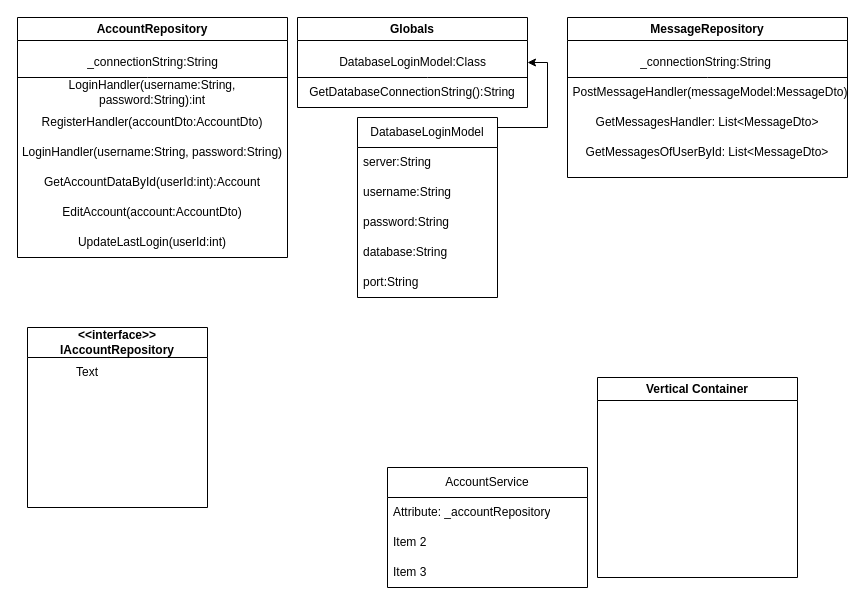
The draw.io diagram Documentation/classdiagram.drawio in Quicksoapy/BirdClone, before the edit. Source tidied: cells renumbered, new cells numbered last; positions are measured from the earlier drawing's top-left corner, leaving out a move shared by most shapes. Both pictures are drawn from the tidied source at 100%, with x=0, y=0 at pixel (17, 17).
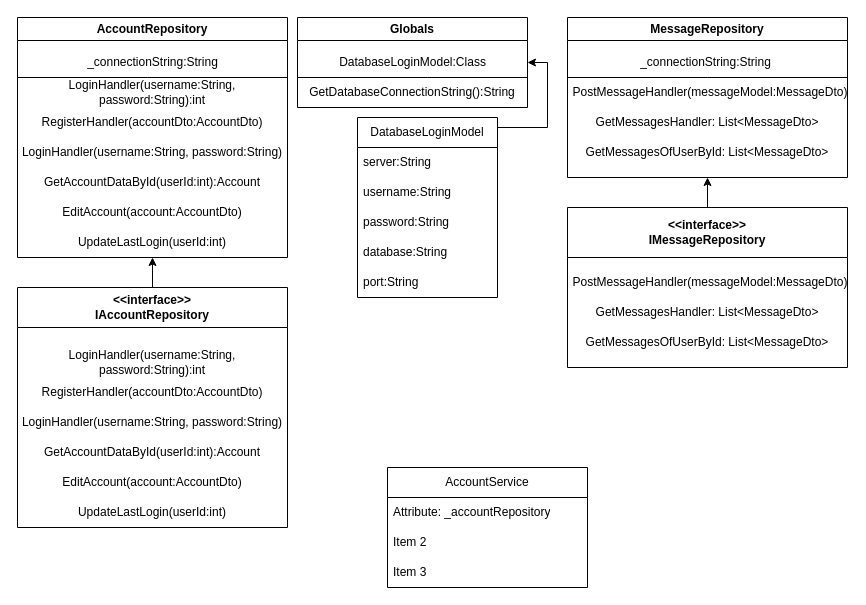
The same page after the edit.

Unchanged cells that the change refers to:
```xml
<mxCell id="2" value="AccountRepository" style="swimlane;whiteSpace=wrap;html=1;" parent="1" vertex="1">
  <mxGeometry width="270" height="240" as="geometry" />
</mxCell>
<mxCell id="11" value="MessageRepository" style="swimlane;whiteSpace=wrap;html=1;" parent="1" vertex="1">
  <mxGeometry x="550" width="280" height="160" as="geometry" />
</mxCell>
```

Diff of the diagram source:
```diff
@@
-    <mxCell id="21" value="Vertical Container" style="swimlane;whiteSpace=wrap;html=1;" parent="1" vertex="1">
-      <mxGeometry x="580" y="360" width="200" height="200" as="geometry" />
-    </mxCell>
-    <mxCell id="22" value="&lt;div&gt;&amp;lt;&amp;lt;interface&amp;gt;&amp;gt;&lt;/div&gt;&lt;div&gt;IAccountRepository&lt;br&gt;&lt;/div&gt;" style="swimlane;whiteSpace=wrap;html=1;startSize=30;" parent="1" vertex="1">
-      <mxGeometry x="10" y="310" width="180" height="180" as="geometry" />
-    </mxCell>
-    <mxCell id="23" value="Text" style="text;html=1;strokeColor=none;fillColor=none;align=center;verticalAlign=middle;whiteSpace=wrap;rounded=0;" parent="22" vertex="1">
-      <mxGeometry y="30" width="120" height="30" as="geometry" />
-    </mxCell>
@@
+    <mxCell id="35" style="edgeStyle=orthogonalEdgeStyle;rounded=0;jettySize=auto;html=1;entryX=0.5;entryY=1;entryDx=0;entryDy=0;" parent="1" edge="1" source="22" target="2">
+      <mxGeometry relative="1" as="geometry" />
+    </mxCell>
+    <mxCell id="22" value="&lt;div&gt;&amp;lt;&amp;lt;interface&amp;gt;&amp;gt;&lt;br&gt;&lt;/div&gt;&lt;div&gt;IAccountRepository&lt;/div&gt;" style="swimlane;whiteSpace=wrap;html=1;startSize=40;" parent="1" vertex="1">
+      <mxGeometry y="270" width="270" height="240" as="geometry" />
+    </mxCell>
+    <mxCell id="36" value="LoginHandler(username:String, password:String):int" style="text;html=1;strokeColor=none;fillColor=none;align=center;verticalAlign=middle;whiteSpace=wrap;rounded=0;" parent="22" vertex="1">
+      <mxGeometry y="60" width="270" height="30" as="geometry" />
+    </mxCell>
+    <mxCell id="37" value="RegisterHandler(accountDto:AccountDto)" style="text;html=1;strokeColor=none;fillColor=none;align=center;verticalAlign=middle;whiteSpace=wrap;rounded=0;" parent="22" vertex="1">
+      <mxGeometry y="90" width="270" height="30" as="geometry" />
+    </mxCell>
+    <mxCell id="38" value="LoginHandler(username:String, password:String)" style="text;html=1;strokeColor=none;fillColor=none;align=center;verticalAlign=middle;whiteSpace=wrap;rounded=0;" parent="22" vertex="1">
+      <mxGeometry y="120" width="270" height="30" as="geometry" />
+    </mxCell>
+    <mxCell id="39" value="GetAccountDataById(userId:int):Account" style="text;html=1;strokeColor=none;fillColor=none;align=center;verticalAlign=middle;whiteSpace=wrap;rounded=0;" parent="22" vertex="1">
+      <mxGeometry y="150" width="270" height="30" as="geometry" />
+    </mxCell>
+    <mxCell id="40" value="EditAccount(account:AccountDto)" style="text;html=1;strokeColor=none;fillColor=none;align=center;verticalAlign=middle;whiteSpace=wrap;rounded=0;" parent="22" vertex="1">
+      <mxGeometry y="180" width="270" height="30" as="geometry" />
+    </mxCell>
+    <mxCell id="41" value="UpdateLastLogin(userId:int)" style="text;html=1;strokeColor=none;fillColor=none;align=center;verticalAlign=middle;whiteSpace=wrap;rounded=0;" parent="22" vertex="1">
+      <mxGeometry y="210" width="270" height="30" as="geometry" />
+    </mxCell>
+    <mxCell id="42" style="edgeStyle=orthogonalEdgeStyle;rounded=0;jettySize=auto;html=1;entryX=0.5;entryY=1;entryDx=0;entryDy=0;" parent="1" edge="1" source="43" target="11">
+      <mxGeometry relative="1" as="geometry" />
+    </mxCell>
+    <mxCell id="43" value="&amp;lt;&amp;lt;interface&amp;gt;&amp;gt;&lt;br&gt;IMessageRepository" style="swimlane;whiteSpace=wrap;html=1;startSize=50;" parent="1" vertex="1">
+      <mxGeometry x="550" y="190" width="280" height="160" as="geometry" />
+    </mxCell>
+    <mxCell id="44" value="PostMessageHandler(messageModel:MessageDto)" style="text;html=1;strokeColor=none;fillColor=none;align=center;verticalAlign=middle;whiteSpace=wrap;rounded=0;" parent="43" vertex="1">
+      <mxGeometry x="52.5" y="60" width="180" height="30" as="geometry" />
+    </mxCell>
+    <mxCell id="45" value="GetMessagesHandler: List&amp;lt;MessageDto&amp;gt;" style="text;html=1;strokeColor=none;fillColor=none;align=center;verticalAlign=middle;whiteSpace=wrap;rounded=0;" parent="43" vertex="1">
+      <mxGeometry x="20" y="90" width="240" height="30" as="geometry" />
+    </mxCell>
+    <mxCell id="46" value="GetMessagesOfUserById: List&amp;lt;MessageDto&amp;gt; " style="text;html=1;strokeColor=none;fillColor=none;align=center;verticalAlign=middle;whiteSpace=wrap;rounded=0;" parent="43" vertex="1">
+      <mxGeometry y="120" width="280" height="30" as="geometry" />
+    </mxCell>
```
